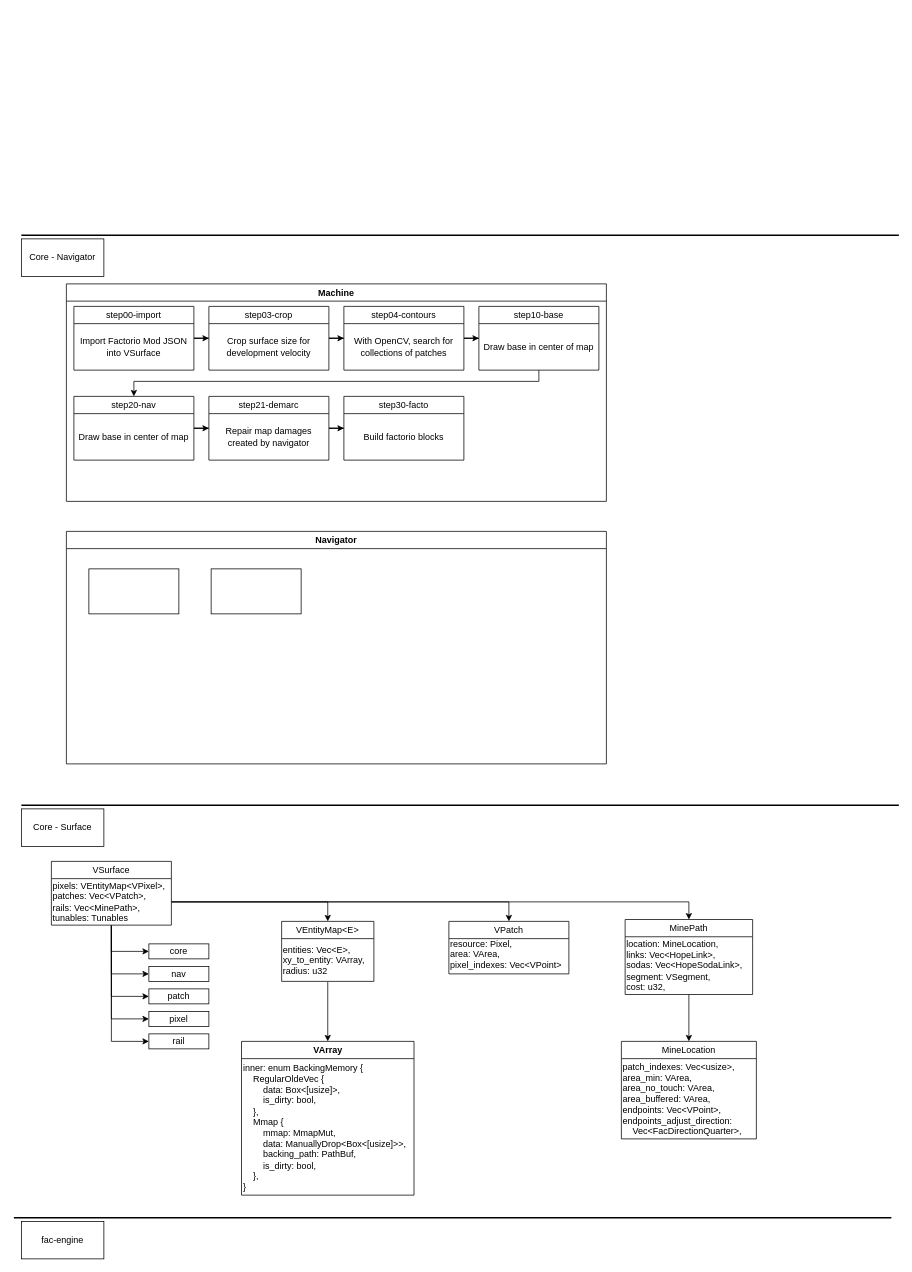
TheLQ/tako-diagrams keeps this draw.io diagram as facto-loop-miner.drawio. Above is the earlier version. Source tidied: cells renumbered, new cells numbered last; positions are measured from the earlier drawing's top-left corner, leaving out a move shared by most shapes. Both pictures are drawn from the tidied source at 75%, with x=0, y=0 at pixel (14, 231).
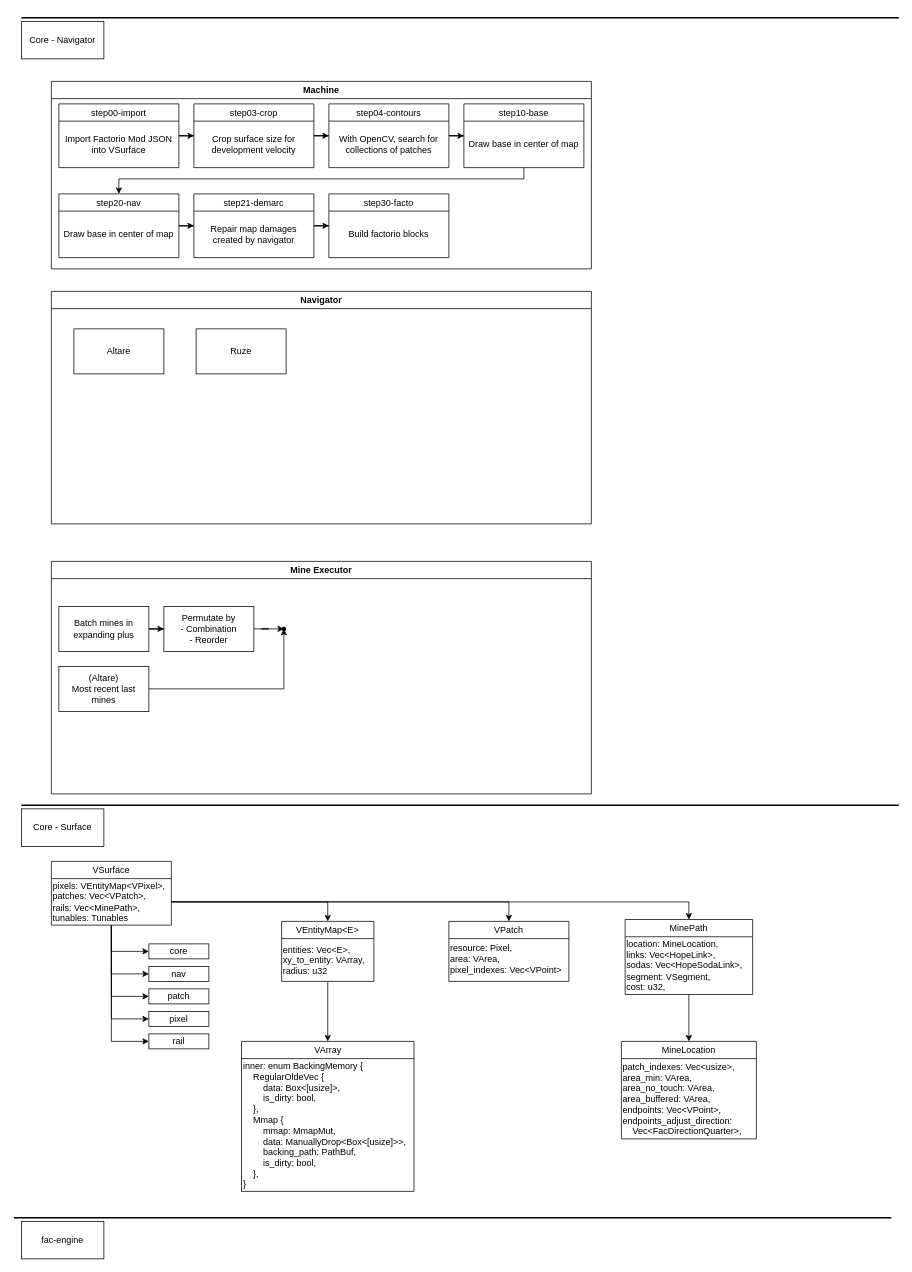
Above is the later version.

Change to the diagram source:
```diff
@@
-    <mxCell id="19" value="VArray" style="swimlane;whiteSpace=wrap;html=1;" parent="1" vertex="1">
-      <mxGeometry x="303.5" y="1080" width="230" height="205" as="geometry" />
+    <mxCell id="19" value="VArray" style="swimlane;fontStyle=0;horizontal=1;whiteSpace=wrap;html=1;fillStyle=solid;fillColor=default;swimlaneFillColor=default;" parent="1" vertex="1">
+      <mxGeometry x="303.5" y="1080" width="230" height="200" as="geometry" />
     </mxCell>
     <mxCell id="20" value="&lt;div align=&quot;left&quot;&gt;inner: enum BackingMemory {&lt;/div&gt;&lt;div align=&quot;left&quot;&gt;&amp;nbsp; &amp;nbsp; RegularOldeVec {&lt;br&gt;&amp;nbsp; &amp;nbsp; &amp;nbsp; &amp;nbsp; data: Box&amp;lt;[usize]&amp;gt;,&lt;br&gt;&amp;nbsp; &amp;nbsp; &amp;nbsp; &amp;nbsp; is_dirty: bool,&lt;br&gt;&amp;nbsp; &amp;nbsp; },&lt;br&gt;&amp;nbsp; &amp;nbsp; Mmap {&lt;br&gt;&amp;nbsp; &amp;nbsp; &amp;nbsp; &amp;nbsp; mmap: MmapMut,&lt;br&gt;&amp;nbsp; &amp;nbsp; &amp;nbsp; &amp;nbsp; data: ManuallyDrop&amp;lt;Box&amp;lt;[usize]&amp;gt;&amp;gt;,&lt;br&gt;&amp;nbsp; &amp;nbsp; &amp;nbsp; &amp;nbsp; backing_path: PathBuf,&lt;br&gt;&amp;nbsp; &amp;nbsp; &amp;nbsp; &amp;nbsp; is_dirty: bool,&lt;br&gt;&amp;nbsp; &amp;nbsp; },&lt;/div&gt;&lt;div align=&quot;left&quot;&gt;}&amp;nbsp;&lt;/div&gt;" style="text;html=1;whiteSpace=wrap;strokeColor=none;fillColor=none;align=left;verticalAlign=middle;rounded=0;" parent="19" vertex="1">
-      <mxGeometry y="30" width="230" height="170" as="geometry" />
+      <mxGeometry y="23" width="230" height="177" as="geometry" />
     </mxCell>
@@
     <mxCell id="22" style="group;" parent="1" vertex="1">
-      <mxGeometry x="580" y="920" width="160" height="70" as="geometry" />
+      <mxGeometry x="580" y="920" width="160" height="80" as="geometry" />
     </mxCell>
     <mxCell id="23" value="VPatch" style="swimlane;fontStyle=0;horizontal=1;whiteSpace=wrap;html=1;fillStyle=solid;fillColor=default;swimlaneFillColor=default;" parent="22" vertex="1">
-      <mxGeometry width="160" height="70" as="geometry" />
+      <mxGeometry width="160" height="80" as="geometry" />
     </mxCell>
     <mxCell id="24" value="&lt;div&gt;resource: Pixel,&lt;/div&gt;&lt;div&gt;area: VArea,&lt;/div&gt;&lt;div&gt;pixel_indexes: Vec&amp;lt;VPoint&amp;gt;&lt;/div&gt;" style="text;html=1;whiteSpace=wrap;strokeColor=none;fillColor=none;align=left;verticalAlign=middle;rounded=0;" parent="22" vertex="1">
-      <mxGeometry y="17.5" width="160" height="52.5" as="geometry" />
+      <mxGeometry y="20" width="160" height="60" as="geometry" />
     </mxCell>
@@
     <mxCell id="34" value="Core - Navigator" style="html=1;whiteSpace=wrap;" parent="1" vertex="1">
-      <mxGeometry x="10" y="10" width="110" height="50" as="geometry" />
+      <mxGeometry x="10" y="-280" width="110" height="50" as="geometry" />
     </mxCell>
     <mxCell id="35" style="line;strokeWidth=2;html=1;" parent="1" vertex="1">
-      <mxGeometry x="10" width="1170" height="10" as="geometry" />
+      <mxGeometry x="10" y="-290" width="1170" height="10" as="geometry" />
     </mxCell>
     <mxCell id="36" value="Machine" style="swimlane;whiteSpace=wrap;html=1;" parent="1" vertex="1">
-      <mxGeometry x="70" y="70" width="720" height="290" as="geometry" />
+      <mxGeometry x="50" y="-200" width="720" height="250" as="geometry" />
     </mxCell>
@@
     <mxCell id="57" value="Navigator" style="swimlane;whiteSpace=wrap;html=1;" parent="1" vertex="1">
-      <mxGeometry x="70" y="400" width="720" height="310" as="geometry" />
+      <mxGeometry x="50" y="80" width="720" height="310" as="geometry" />
     </mxCell>
-    <mxCell id="58" style="rounded=0;whiteSpace=wrap;html=1;" parent="57" vertex="1">
+    <mxCell id="58" value="Altare" style="rounded=0;whiteSpace=wrap;html=1;" parent="57" vertex="1">
       <mxGeometry x="30" y="50" width="120" height="60" as="geometry" />
     </mxCell>
-    <mxCell id="59" style="rounded=0;whiteSpace=wrap;html=1;" parent="57" vertex="1">
+    <mxCell id="59" value="Ruze" style="rounded=0;whiteSpace=wrap;html=1;" parent="57" vertex="1">
       <mxGeometry x="193" y="50" width="120" height="60" as="geometry" />
     </mxCell>
+    <mxCell id="60" value="Mine Executor" style="swimlane;whiteSpace=wrap;html=1;" parent="1" vertex="1">
+      <mxGeometry x="50" y="440" width="720" height="310" as="geometry" />
+    </mxCell>
+    <mxCell id="61" style="edgeStyle=orthogonalEdgeStyle;rounded=0;jettySize=auto;html=1;" parent="60" edge="1" source="62" target="65">
+      <mxGeometry relative="1" as="geometry" />
+    </mxCell>
+    <mxCell id="62" value="Batch mines in expanding plus" style="rounded=0;whiteSpace=wrap;html=1;" parent="60" vertex="1">
+      <mxGeometry x="10" y="60" width="120" height="60" as="geometry" />
+    </mxCell>
+    <mxCell id="63" style="edgeStyle=orthogonalEdgeStyle;rounded=0;jettySize=auto;html=1;" parent="60" edge="1" source="64" target="66">
+      <mxGeometry relative="1" as="geometry" />
+    </mxCell>
+    <mxCell id="64" value="(Altare)&lt;br&gt;Most recent last mines" style="rounded=0;whiteSpace=wrap;html=1;" parent="60" vertex="1">
+      <mxGeometry x="10" y="140" width="120" height="60" as="geometry" />
+    </mxCell>
+    <mxCell id="65" value="&lt;div&gt;Permutate by&lt;/div&gt;&lt;div&gt;- Combination&lt;/div&gt;&lt;div&gt;- Reorder&lt;/div&gt;" style="rounded=0;whiteSpace=wrap;html=1;" parent="60" vertex="1">
+      <mxGeometry x="150" y="60" width="120" height="60" as="geometry" />
+    </mxCell>
+    <mxCell id="66" style="shape=waypoint;sketch=0;size=6;points=[];fillColor=default;perimeter=centerPerimeter;snapToPoint=1;rounded=0;" parent="60" vertex="1">
+      <mxGeometry x="300" y="80" width="20" height="20" as="geometry" />
+    </mxCell>
+    <mxCell id="67" style="edgeStyle=orthogonalEdgeStyle;rounded=0;jettySize=auto;html=1;exitX=1;exitY=0.5;exitDx=0;exitDy=0;entryX=0.074;entryY=1.122;entryDx=0;entryDy=0;entryPerimeter=0;" parent="60" edge="1" source="65" target="66">
+      <mxGeometry relative="1" as="geometry" />
+    </mxCell>
```
